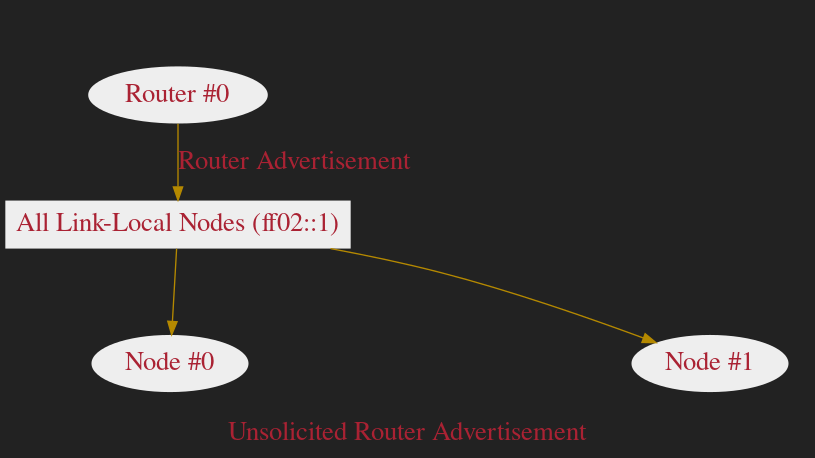
The Graphviz diagram slides/graphs/images/ndp-ura.png in dlrobertson/dlrobertson.com, before a commit. Its source is kept beside it as slides/graphs/sources/ndp-ura.dot.
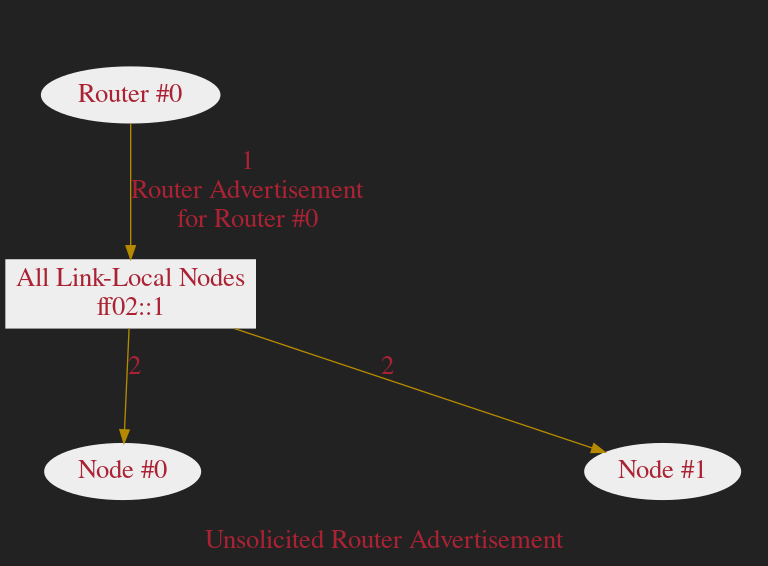
After the change.

Change to the diagram source:
```diff
@@ -20,7 +20,7 @@
         ]
     }
     all_nodes[
-        label="All Link-Local Nodes (ff02::1)"
+        label="All Link-Local Nodes\nff02::1"
         style=filled
         color=none
         fillcolor="#eeeeee"
@@ -42,7 +42,7 @@
             fillcolor="#eeeeee"
         ]
     }
-    router0 -> all_nodes[label="Router Advertisement"]
-    all_nodes -> node0
-    all_nodes -> node1
+    router0 -> all_nodes[label="1\nRouter Advertisement\nfor Router #0"]
+    all_nodes -> node0[label="2"]
+    all_nodes -> node1[label="2"]
 }
```
